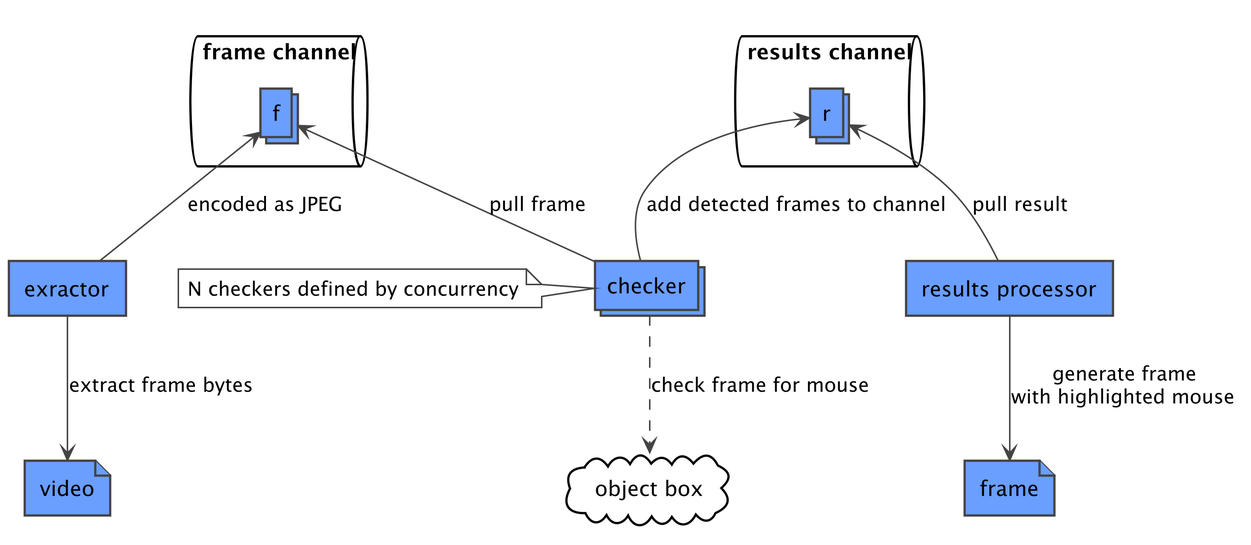
The PlantUML diagram docs/activity.png in grocky/mouse-detective, before a commit. Source of this version:
```plantuml
@startuml
skinparam dpi 300
skinparam shadowing false
hide footbox

skinparam file {
	BackgroundColor #6A9EFF
	BorderColor #444444
}
skinparam rectangle {
	BackgroundColor #6A9EFF
	BorderColor #444444
}
skinparam cloud {
	BackgroundColor #FFFFFF
}
skinparam Arrowcolor #444444
skinparam note {
	BackgroundColor #FFFFFF
	BorderColor #444444
}

file v as "video"
rectangle ex as "exractor"
queue fc as "frame channel" {
	collections f
}
collections c as "checker"
cloud ob as "object box"
queue results as "results channel" {
	collections r
}
rectangle resp as "results processor"
file frame

note left of c
	N checkers defined by concurrency
end note

ex --> v: extract frame bytes
ex -up-> f: encoded as JPEG
c -up-> f: pull frame
c .down.> ob: check frame for mouse
c -up-> r: add detected frames to channel
resp -up-> r: pull result
resp --> frame: generate frame\nwith highlighted mouse
@enduml
```
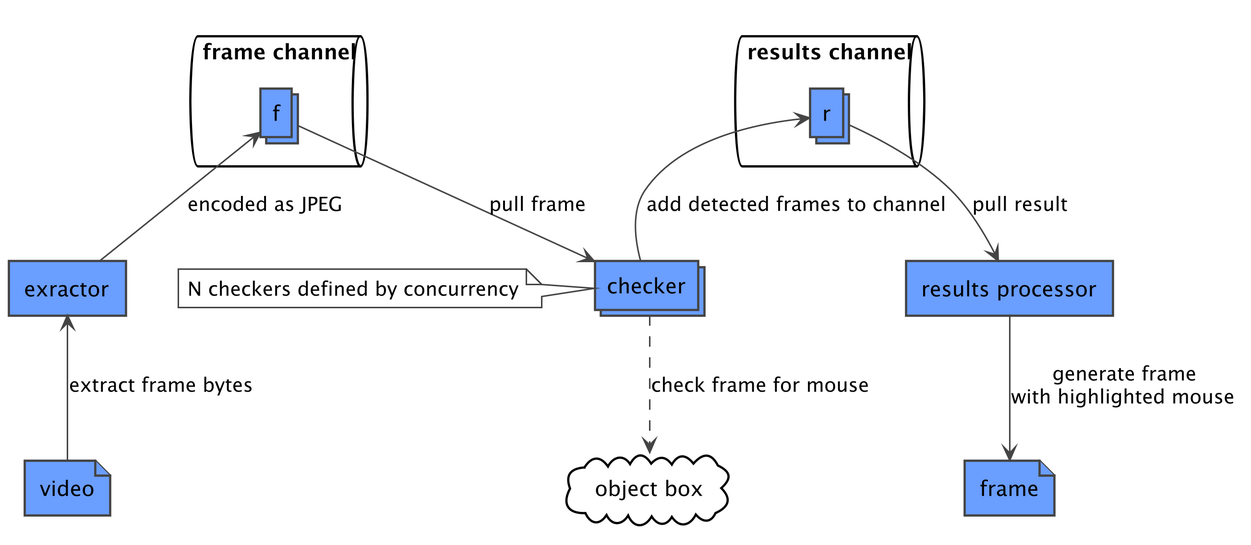
Above is the later version.

Commit message:
change arrow directions

Diff of the diagram source:
```diff
@@ -37,11 +37,11 @@
 	N checkers defined by concurrency
 end note
 
-ex --> v: extract frame bytes
+ex <-- v: extract frame bytes
 ex -up-> f: encoded as JPEG
-c -up-> f: pull frame
+f --> c: pull frame
 c .down.> ob: check frame for mouse
 c -up-> r: add detected frames to channel
-resp -up-> r: pull result
+r --> resp: pull result
 resp --> frame: generate frame\nwith highlighted mouse
 @enduml
```
